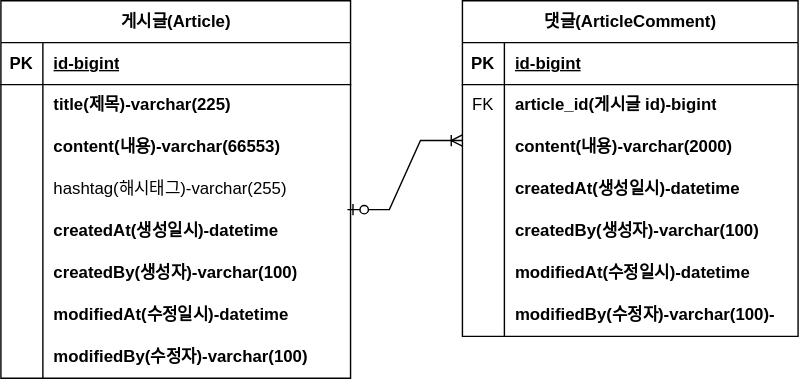
js-kim-arc/fastcampus-second keeps this draw.io diagram as document/제목 없는 다이어그램.drawio.svg. Above is the earlier version. Source tidied: cells renumbered, new cells last; positions are measured from the earlier drawing's top-left corner, leaving out a move shared by most shapes.
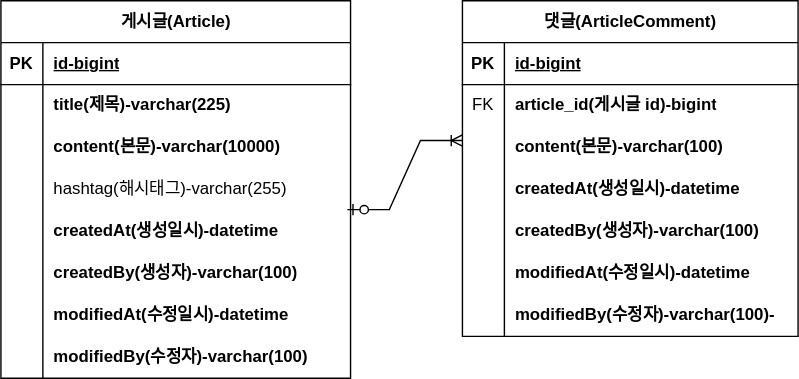
After the change.

Commit message:
#10-erd 업데이트- 본문 양 조절

What changed in the source:
```diff
@@ -29,7 +29,7 @@
     <mxCell id="10" style="shape=partialRectangle;fillColor=none;top=0;left=0;bottom=0;right=0;overflow=hidden;whiteSpace=wrap;html=1;" parent="9" vertex="1">
       <mxGeometry width="30" height="30" as="geometry" />
     </mxCell>
-    <mxCell id="11" value="content(내용)-varchar(66553)" style="shape=partialRectangle;fillColor=none;top=0;left=0;bottom=0;right=0;align=left;spacingLeft=6;overflow=hidden;whiteSpace=wrap;html=1;fontStyle=1;" parent="9" vertex="1">
+    <mxCell id="11" value="content(본문)-varchar(10000)" style="shape=partialRectangle;fillColor=none;top=0;left=0;bottom=0;right=0;align=left;spacingLeft=6;overflow=hidden;whiteSpace=wrap;html=1;fontStyle=1;" parent="9" vertex="1">
       <mxGeometry x="30" width="220" height="30" as="geometry" />
     </mxCell>
     <mxCell id="12" style="shape=tableRow;horizontal=0;startSize=0;swimlaneHead=0;swimlaneBody=0;fillColor=none;top=0;left=0;right=0;bottom=0;" parent="2" vertex="1">
@@ -104,7 +104,7 @@
     <mxCell id="35" style="shape=partialRectangle;fillColor=none;top=0;left=0;bottom=0;right=0;overflow=hidden;whiteSpace=wrap;html=1;" parent="34" vertex="1">
       <mxGeometry width="30" height="30" as="geometry" />
     </mxCell>
-    <mxCell id="36" value="content(내용)-varchar(2000)" style="shape=partialRectangle;fillColor=none;top=0;left=0;bottom=0;right=0;align=left;spacingLeft=6;overflow=hidden;whiteSpace=wrap;html=1;fontStyle=1;" parent="34" vertex="1">
+    <mxCell id="36" value="content(본문)-varchar(100)" style="shape=partialRectangle;fillColor=none;top=0;left=0;bottom=0;right=0;align=left;spacingLeft=6;overflow=hidden;whiteSpace=wrap;html=1;fontStyle=1;" parent="34" vertex="1">
       <mxGeometry x="30" width="210" height="30" as="geometry" />
     </mxCell>
     <mxCell id="37" style="shape=tableRow;horizontal=0;startSize=0;swimlaneHead=0;swimlaneBody=0;fillColor=none;top=0;left=0;right=0;bottom=0;" parent="27" vertex="1">
```
